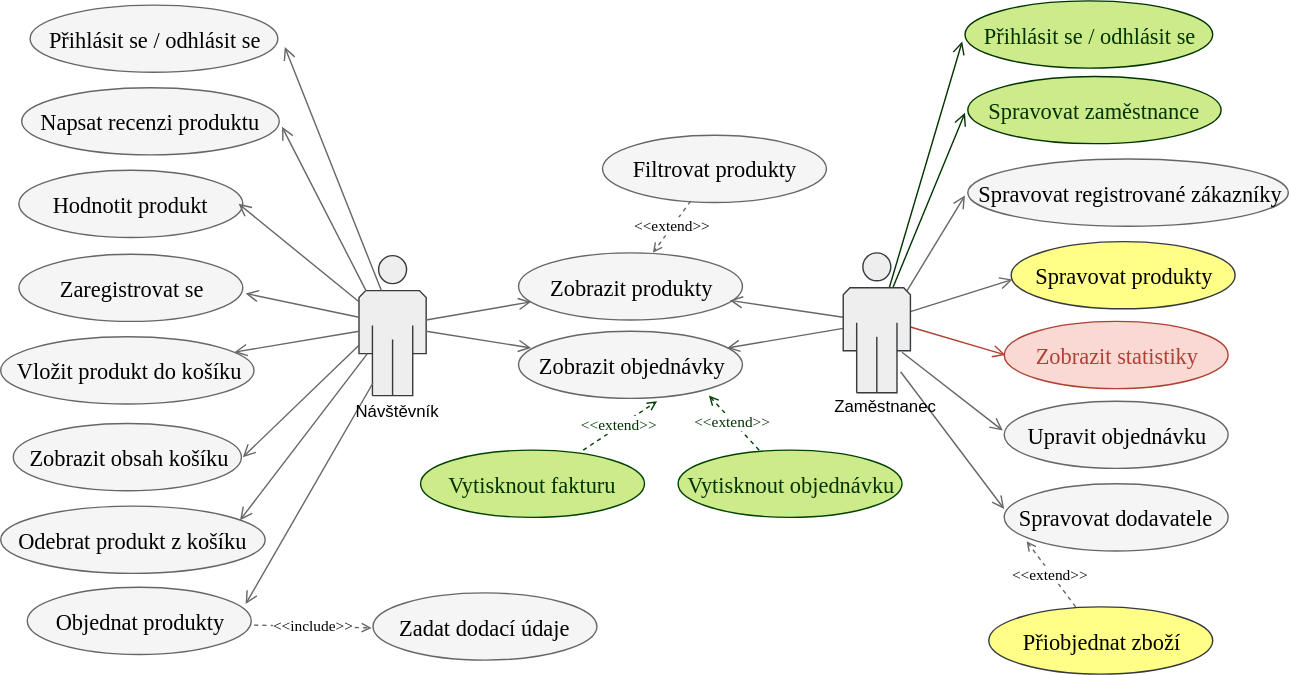
Earlier version of the draw.io export UCD.svg (kudlav/MaturitaShop). Source tidied: cells renumbered, new cells last; positions are measured from the earlier drawing's top-left corner, leaving out a move shared by most shapes.
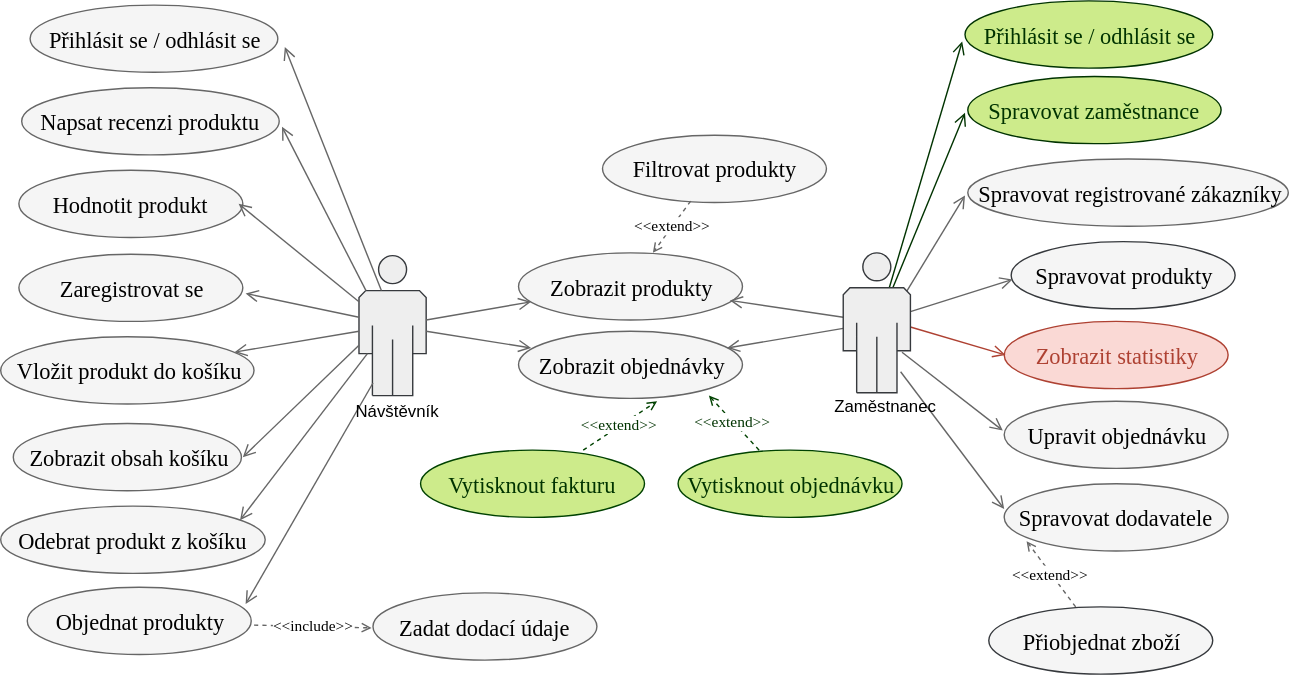
The same file after the commit.

The edit, as a diff of the source:
```diff
@@ -38,7 +38,7 @@
     <mxCell id="13" value="&lt;font style=&quot;font-size: 16px ; font-family: &amp;#34;calibri&amp;#34; ; direction: ltr ; letter-spacing: 0px ; line-height: 120% ; opacity: 1&quot;&gt;Spravovat dodavatele&lt;br&gt;&lt;/font&gt;" style="verticalAlign=middle;align=center;vsdxID=17;fillColor=#f5f5f5;shape=(stored shape, 216 characters);strokeColor=#666666;labelBackgroundColor=none;rounded=0;html=1;whiteSpace=wrap;fontColor=#000000;" parent="1" vertex="1">
       <mxGeometry x="717" y="345" width="160" height="48" as="geometry" />
     </mxCell>
-    <mxCell id="14" value="&lt;font style=&quot;font-size: 16px ; font-family: &amp;#34;calibri&amp;#34; ; direction: ltr ; letter-spacing: 0px ; line-height: 120% ; opacity: 1&quot;&gt;&lt;font color=&quot;#000000&quot;&gt;Přiobjednat zboží&lt;/font&gt;&lt;br&gt;&lt;/font&gt;" style="verticalAlign=middle;align=center;vsdxID=18;fillColor=#ffff88;shape=(stored shape, 216 characters);strokeColor=#36393d;labelBackgroundColor=none;rounded=0;html=1;whiteSpace=wrap;" parent="1" vertex="1">
+    <mxCell id="14" value="&lt;font style=&quot;font-size: 16px ; font-family: &amp;#34;calibri&amp;#34; ; direction: ltr ; letter-spacing: 0px ; line-height: 120% ; opacity: 1&quot;&gt;&lt;font color=&quot;#000000&quot;&gt;Přiobjednat zboží&lt;/font&gt;&lt;br&gt;&lt;/font&gt;" style="verticalAlign=middle;align=center;vsdxID=18;fillColor=#F5F5F5;shape=(stored shape, 216 characters);strokeColor=#36393d;labelBackgroundColor=none;rounded=0;html=1;whiteSpace=wrap;" parent="1" vertex="1">
       <mxGeometry x="706" y="433" width="160" height="48" as="geometry" />
     </mxCell>
     <mxCell id="15" value="&lt;font style=&quot;font-size: 16px; font-family: Calibri; direction: ltr; letter-spacing: 0px; line-height: 120%; opacity: 1;&quot;&gt;Zobrazit objednávky&lt;br&gt;&lt;/font&gt;" style="verticalAlign=middle;align=center;vsdxID=51;fillColor=#f5f5f5;shape=(stored shape, 216 characters);strokeColor=#666666;labelBackgroundColor=none;rounded=0;html=1;whiteSpace=wrap;fontColor=#000000;" parent="1" vertex="1">
@@ -47,7 +47,7 @@
     <mxCell id="16" value="&lt;font style=&quot;font-size: 16px ; font-family: &amp;#34;calibri&amp;#34; ; direction: ltr ; letter-spacing: 0px ; line-height: 120% ; opacity: 1&quot;&gt;Spravovat registrované zákazníky&lt;br&gt;&lt;/font&gt;" style="verticalAlign=middle;align=center;vsdxID=52;fillColor=#f5f5f5;shape=(stored shape, 216 characters);strokeColor=#666666;labelBackgroundColor=none;rounded=0;html=1;whiteSpace=wrap;fontColor=#000000;" parent="1" vertex="1">
       <mxGeometry x="691" y="113" width="229" height="48" as="geometry" />
     </mxCell>
-    <mxCell id="17" value="&lt;font style=&quot;font-size: 16px ; font-family: &amp;#34;calibri&amp;#34; ; direction: ltr ; letter-spacing: 0px ; line-height: 120% ; opacity: 1&quot;&gt;Spravovat produkty&lt;br&gt;&lt;/font&gt;" style="verticalAlign=middle;align=center;vsdxID=54;fillColor=#ffff88;shape=(stored shape, 216 characters);strokeColor=#36393d;labelBackgroundColor=none;rounded=0;html=1;whiteSpace=wrap;" parent="1" vertex="1">
+    <mxCell id="17" value="&lt;font style=&quot;font-size: 16px ; font-family: &amp;#34;calibri&amp;#34; ; direction: ltr ; letter-spacing: 0px ; line-height: 120% ; opacity: 1&quot;&gt;Spravovat produkty&lt;br&gt;&lt;/font&gt;" style="verticalAlign=middle;align=center;vsdxID=54;fillColor=#F5F5F5;shape=(stored shape, 216 characters);strokeColor=#36393d;labelBackgroundColor=none;rounded=0;html=1;whiteSpace=wrap;" parent="1" vertex="1">
       <mxGeometry x="722" y="172" width="160" height="48" as="geometry" />
     </mxCell>
     <mxCell id="18" value="&lt;font style=&quot;font-size: 16px; font-family: Calibri; direction: ltr; letter-spacing: 0px; line-height: 120%; opacity: 1;&quot;&gt;Zobrazit obsah košíku&lt;br&gt;&lt;/font&gt;" style="verticalAlign=middle;align=center;vsdxID=1025;fillColor=#f5f5f5;shape=(stored shape, 216 characters);strokeColor=#666666;labelBackgroundColor=none;rounded=0;html=1;whiteSpace=wrap;fontColor=#000000;" parent="1" vertex="1">
```
